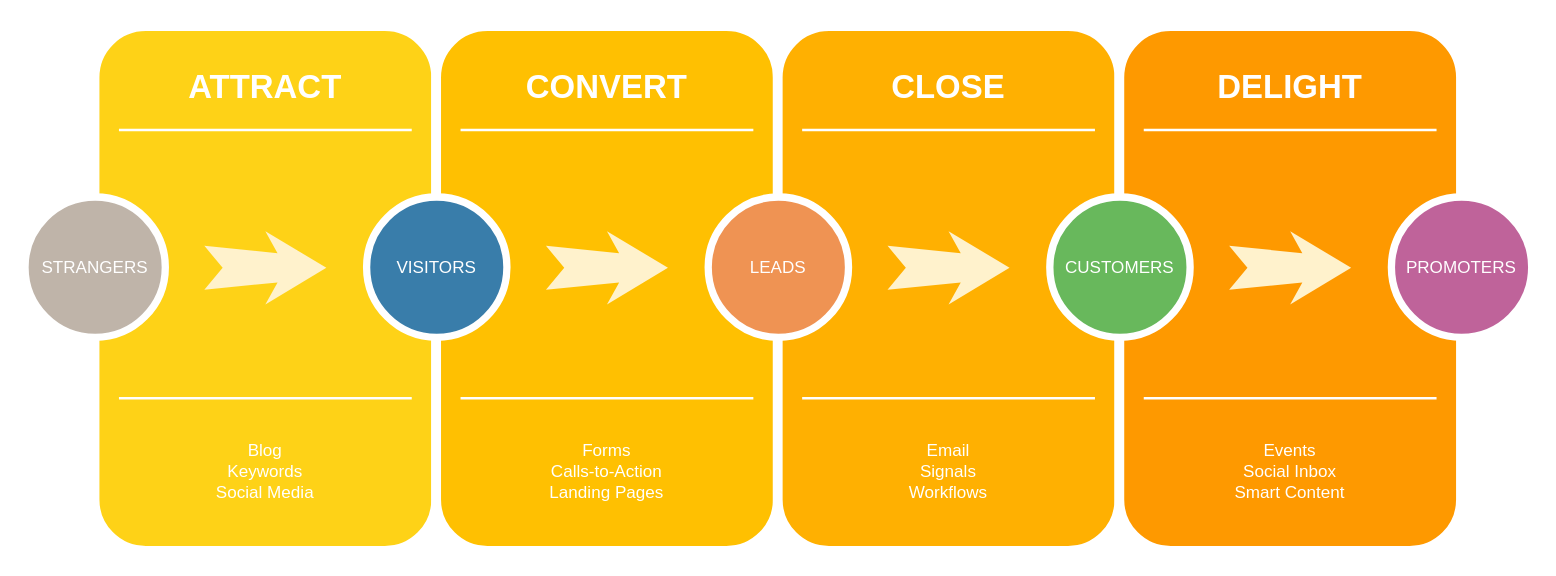
Above: Başlıksız Diyagram.drawio in eRReReNKo/eRReReNKo (draw.io), before the change. Source tidied: cells renumbered, new cells numbered last; positions are measured from the earlier drawing's top-left corner, leaving out a move shared by most shapes. Both pictures are drawn from the tidied source at 122%, with x=0, y=0 at pixel (24, 26).
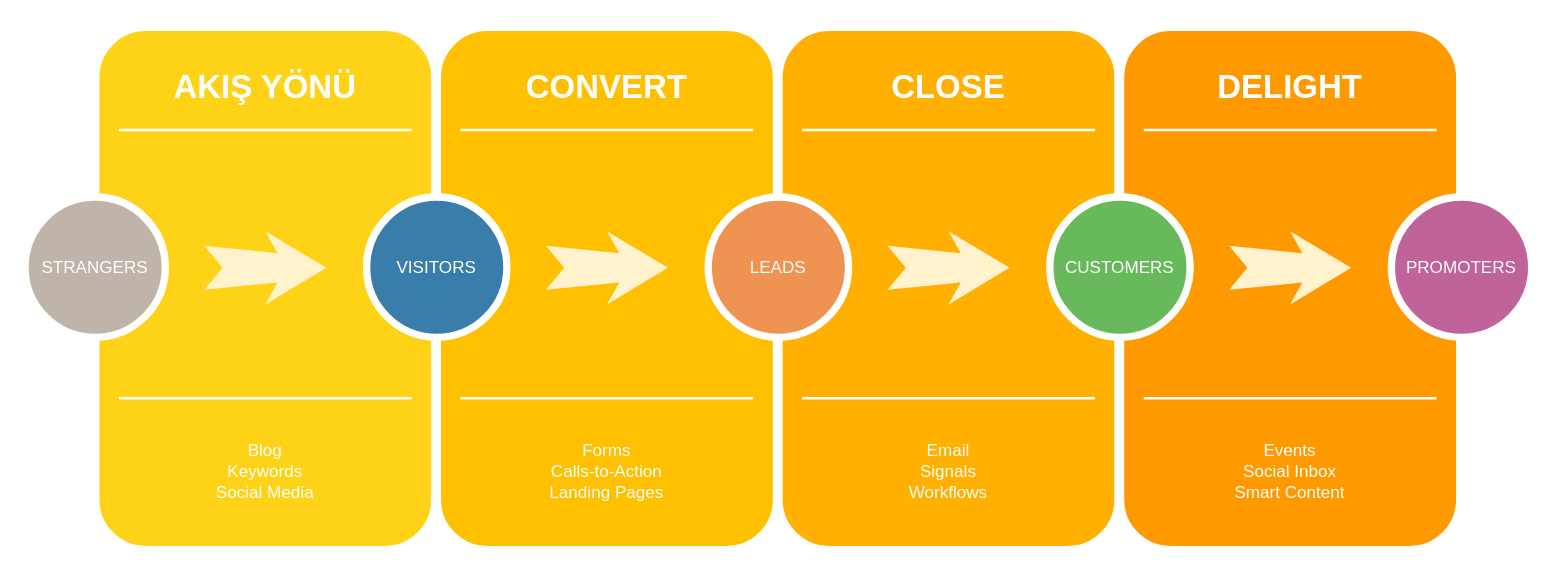
After the change.

The edit, as a diff of the source:
```diff
@@
-    <mxCell id="3" value="ATTRACT" style="text;html=1;strokeColor=none;fillColor=none;align=center;verticalAlign=middle;whiteSpace=wrap;rounded=0;shadow=0;fontSize=27;fontColor=#FFFFFF;fontStyle=1;" parent="1" vertex="1">
+    <mxCell id="3" value="AKIŞ YÖNÜ" style="text;html=1;strokeColor=none;fillColor=none;align=center;verticalAlign=middle;whiteSpace=wrap;rounded=0;shadow=0;fontSize=27;fontColor=#FFFFFF;fontStyle=1;" parent="1" vertex="1">
       <mxGeometry x="57" y="20" width="280" height="60" as="geometry" />
     </mxCell>
```
